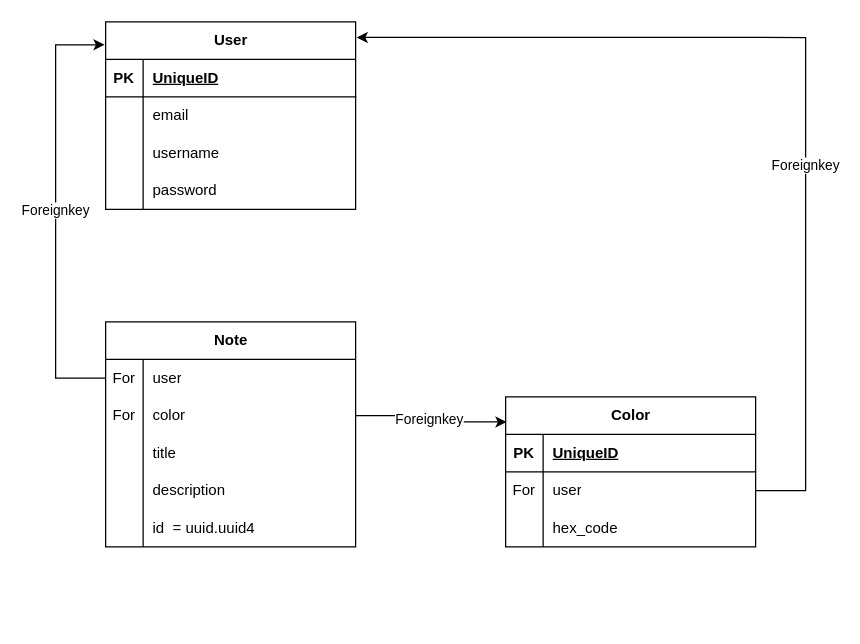
Above: QuickNote_Models.drawio in JuliQ89/QuickNote (draw.io), before the change. Source tidied: cells renumbered, new cells numbered last; positions are measured from the earlier drawing's top-left corner, leaving out a move shared by most shapes. Both pictures are drawn from the tidied source at 125%, with x=0, y=0 at pixel (55, 21).
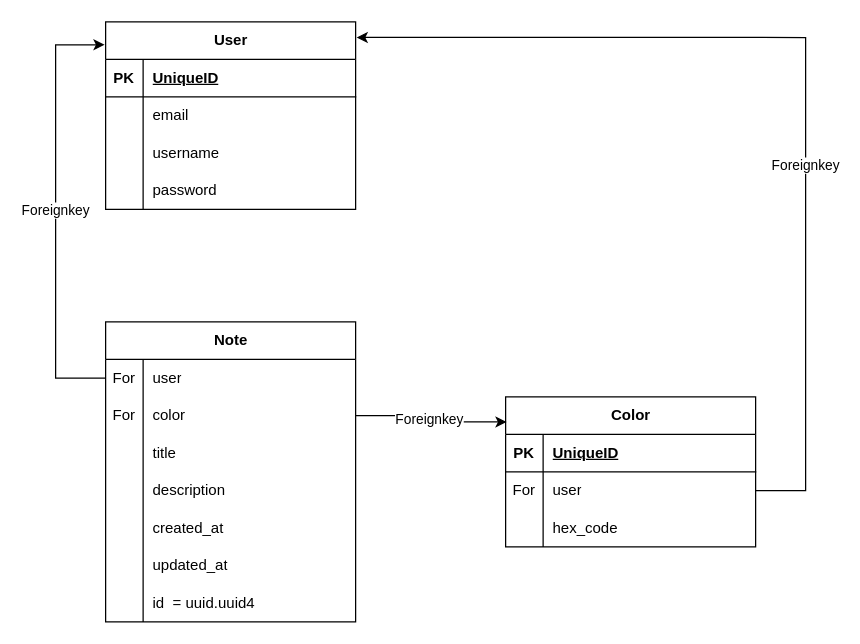
The same page after the edit.

Diff of the diagram source:
```diff
@@
     <mxCell id="12" value="Note" style="shape=table;startSize=30;childLayout=tableLayout;rowLines=0;fontStyle=1;align=center;html=1;" parent="1" vertex="1">
-      <mxGeometry x="40" y="240" width="200" height="180" as="geometry" />
+      <mxGeometry x="40" y="240" width="200" height="240" as="geometry" />
     </mxCell>
@@
+    <mxCell id="47" style="shape=tableRow;horizontal=0;startSize=0;swimlaneHead=0;swimlaneBody=0;fillColor=none;top=0;left=0;right=0;bottom=0;" parent="12" vertex="1">
+      <mxGeometry y="150" width="200" height="30" as="geometry" />
+    </mxCell>
+    <mxCell id="48" style="shape=partialRectangle;fillColor=none;top=0;left=0;bottom=0;right=0;overflow=hidden;whiteSpace=wrap;html=1;" parent="47" vertex="1">
+      <mxGeometry width="30" height="30" as="geometry" />
+    </mxCell>
+    <mxCell id="49" value="created_at" style="shape=partialRectangle;fillColor=none;top=0;left=0;bottom=0;right=0;align=left;spacingLeft=6;overflow=hidden;whiteSpace=wrap;html=1;" parent="47" vertex="1">
+      <mxGeometry x="30" width="170" height="30" as="geometry" />
+    </mxCell>
+    <mxCell id="50" style="shape=tableRow;horizontal=0;startSize=0;swimlaneHead=0;swimlaneBody=0;fillColor=none;top=0;left=0;right=0;bottom=0;" parent="12" vertex="1">
+      <mxGeometry y="180" width="200" height="30" as="geometry" />
+    </mxCell>
+    <mxCell id="51" style="shape=partialRectangle;fillColor=none;top=0;left=0;bottom=0;right=0;overflow=hidden;whiteSpace=wrap;html=1;" parent="50" vertex="1">
+      <mxGeometry width="30" height="30" as="geometry" />
+    </mxCell>
+    <mxCell id="52" value="updated_at" style="shape=partialRectangle;fillColor=none;top=0;left=0;bottom=0;right=0;align=left;spacingLeft=6;overflow=hidden;whiteSpace=wrap;html=1;" parent="50" vertex="1">
+      <mxGeometry x="30" width="170" height="30" as="geometry" />
+    </mxCell>
     <mxCell id="25" style="shape=tableRow;horizontal=0;startSize=0;swimlaneHead=0;swimlaneBody=0;fillColor=none;top=0;left=0;right=0;bottom=0;" parent="12" vertex="1">
-      <mxGeometry y="150" width="200" height="30" as="geometry" />
+      <mxGeometry y="210" width="200" height="30" as="geometry" />
     </mxCell>
```
